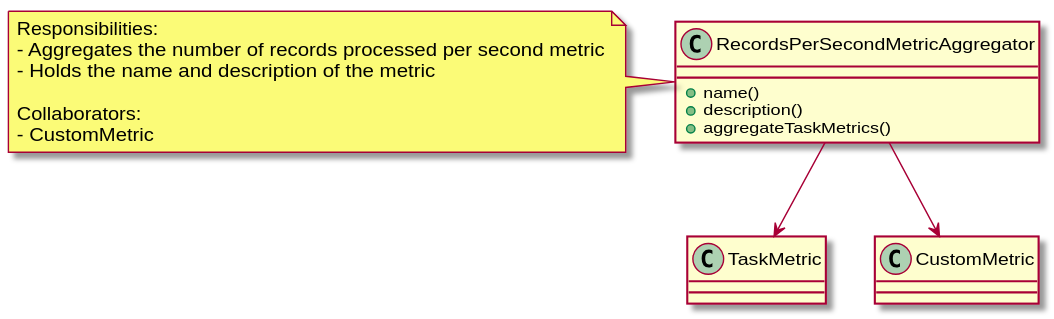
This is docs/doxygen/doxygen/inline_umlgraph_9.svg from elliVM/pth_06, a PlantUML export, as it was before one commit.
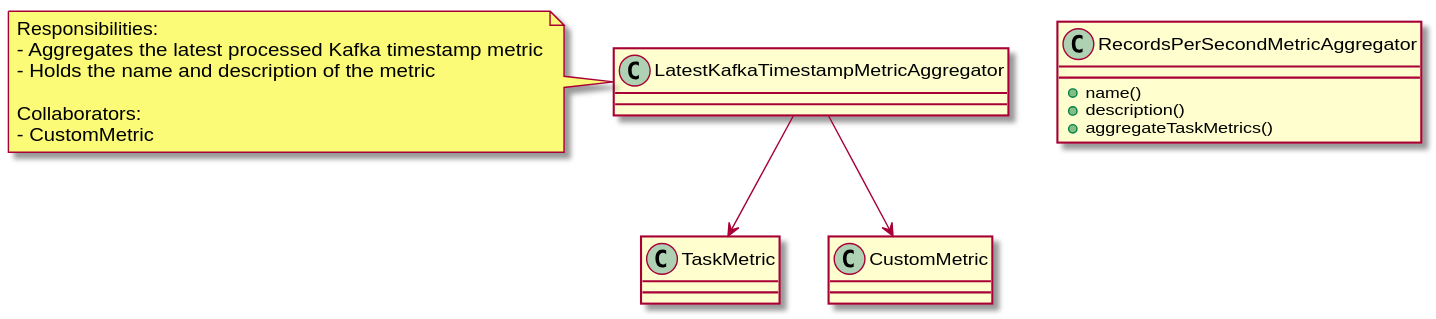
After the commit.

What changed in the source:
```diff
@@ -5,12 +5,12 @@
     + aggregateTaskMetrics()
 }
 
-RecordsPerSecondMetricAggregator --> TaskMetric
-RecordsPerSecondMetricAggregator --> CustomMetric
+LatestKafkaTimestampMetricAggregator --> TaskMetric
+LatestKafkaTimestampMetricAggregator --> CustomMetric
 
-note left of RecordsPerSecondMetricAggregator
+note left of LatestKafkaTimestampMetricAggregator
 Responsibilities:
-- Aggregates the number of records processed per second metric
+- Aggregates the latest processed Kafka timestamp metric
 - Holds the name and description of the metric
 
 Collaborators:
```
